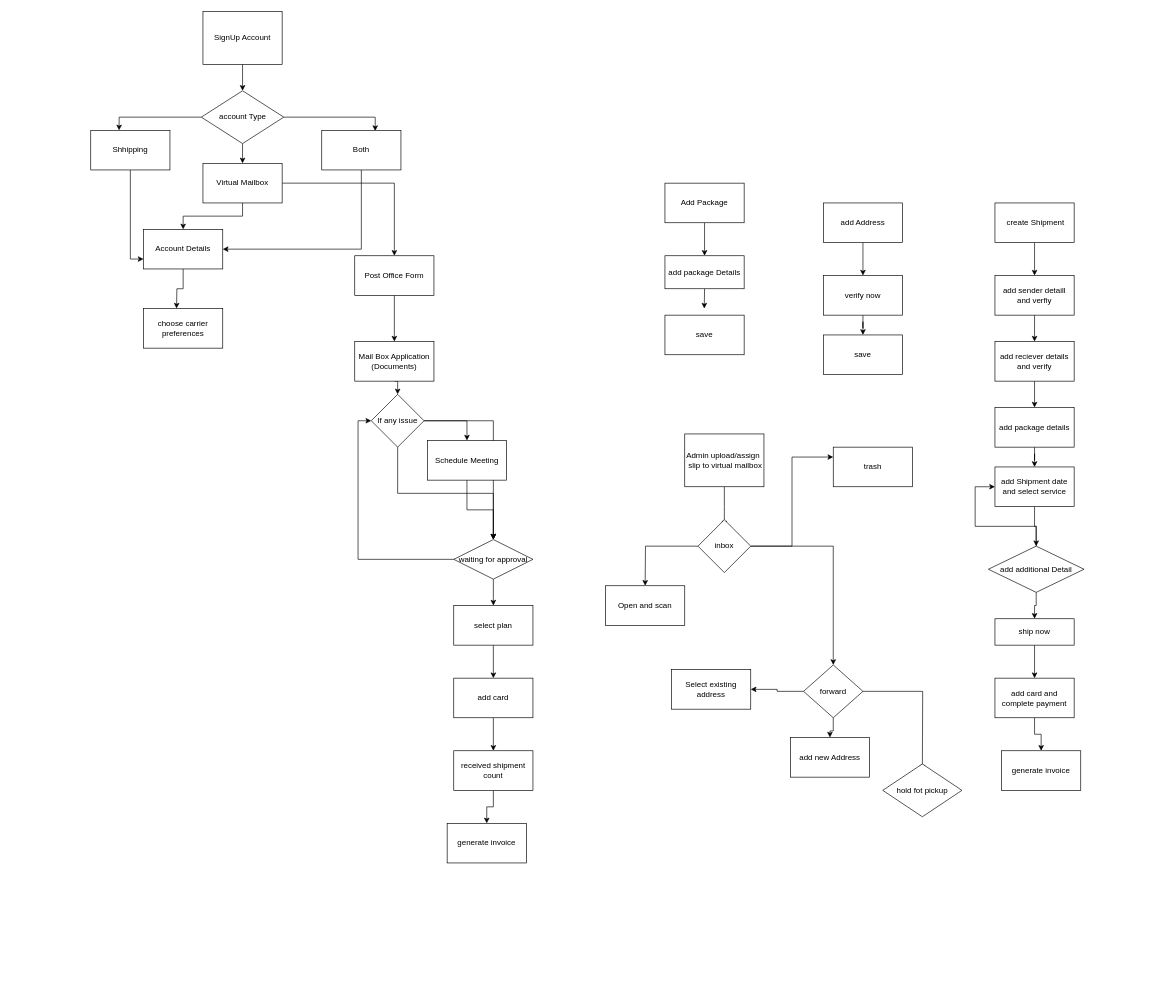
This is public/ship District.drawio from sharmag44/card-form, a draw.io file, before an edit. Source tidied: cells renumbered, new cells numbered last; positions are measured from the earlier drawing's top-left corner, leaving out a move shared by most shapes. Both pictures are drawn from the tidied source at 66%, with x=0, y=0 at pixel (90, 11).
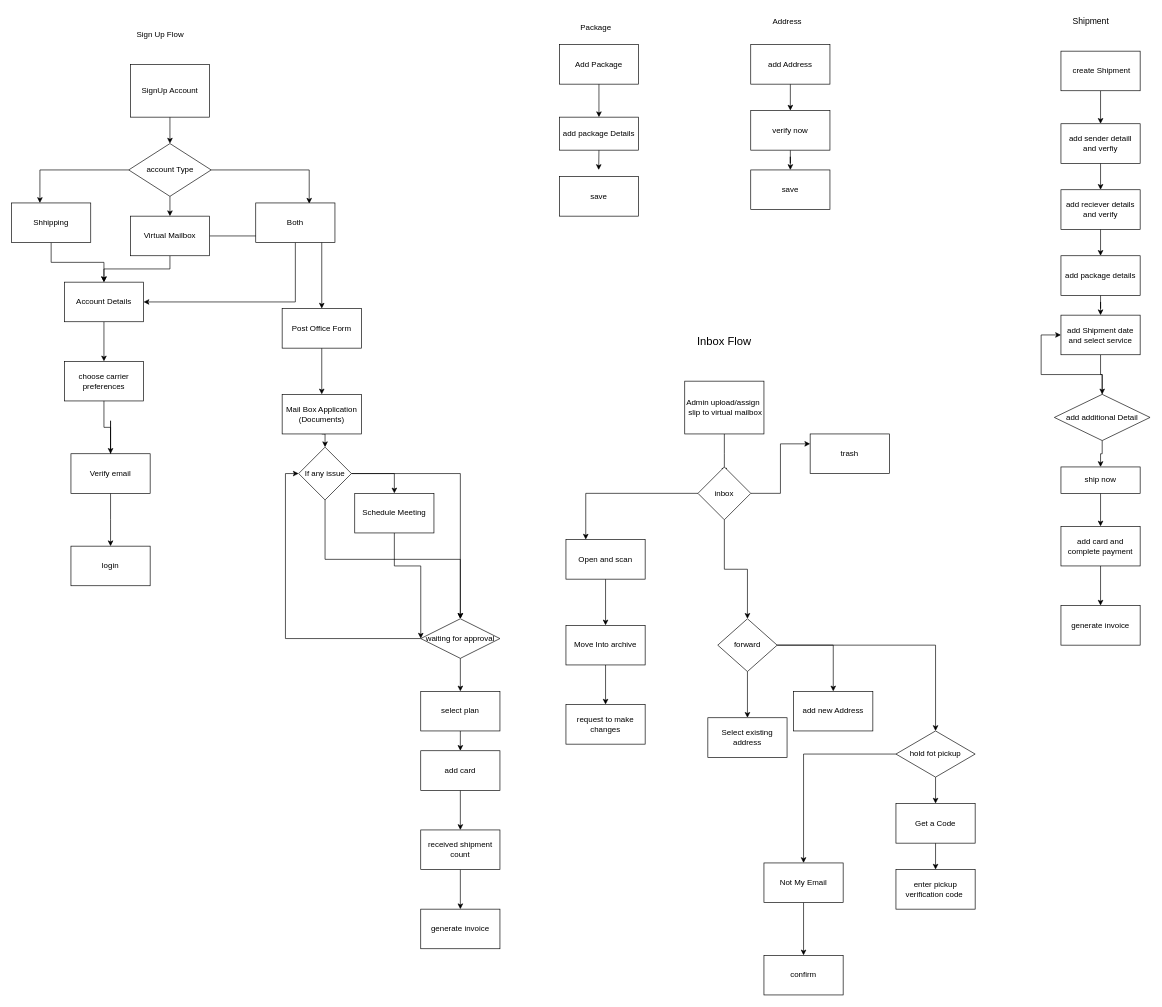
After the change.

Change to the diagram source:
```diff
@@
     <mxCell id="3" value="SignUp Account" style="rounded=0;whiteSpace=wrap;html=1;" parent="1" vertex="1">
-      <mxGeometry x="170" width="120" height="80" as="geometry" />
+      <mxGeometry x="60" y="80" width="120" height="80" as="geometry" />
     </mxCell>
@@
     <mxCell id="7" value="account Type&lt;br&gt;" style="rhombus;whiteSpace=wrap;html=1;" parent="1" vertex="1">
-      <mxGeometry x="167.5" y="120" width="125" height="80" as="geometry" />
+      <mxGeometry x="57.5" y="200" width="125" height="80" as="geometry" />
     </mxCell>
-    <mxCell id="8" style="edgeStyle=orthogonalEdgeStyle;rounded=0;jettySize=auto;html=1;entryX=0;entryY=0.75;entryDx=0;entryDy=0;" parent="1" edge="1" source="9" target="16">
+    <mxCell id="8" style="edgeStyle=orthogonalEdgeStyle;rounded=0;jettySize=auto;html=1;" parent="1" edge="1" source="9" target="16">
       <mxGeometry relative="1" as="geometry" />
     </mxCell>
     <mxCell id="9" value="Shhipping" style="rounded=0;whiteSpace=wrap;html=1;" parent="1" vertex="1">
-      <mxGeometry y="180" width="120" height="60" as="geometry" />
+      <mxGeometry x="-120" y="290" width="120" height="60" as="geometry" />
     </mxCell>
@@
     <mxCell id="12" value="Virtual Mailbox" style="rounded=0;whiteSpace=wrap;html=1;" parent="1" vertex="1">
-      <mxGeometry x="170" y="230" width="120" height="60" as="geometry" />
+      <mxGeometry x="60" y="310" width="120" height="60" as="geometry" />
     </mxCell>
@@
     <mxCell id="14" value="Both" style="rounded=0;whiteSpace=wrap;html=1;" parent="1" vertex="1">
-      <mxGeometry x="350" y="180" width="120" height="60" as="geometry" />
+      <mxGeometry x="250" y="290" width="120" height="60" as="geometry" />
     </mxCell>
     <mxCell id="15" style="edgeStyle=orthogonalEdgeStyle;rounded=0;jettySize=auto;html=1;exitX=0.5;exitY=1;exitDx=0;exitDy=0;" parent="1" edge="1" source="16">
       <mxGeometry relative="1" as="geometry">
-        <mxPoint x="130" y="450" as="targetPoint" />
+        <mxPoint x="20" y="530" as="targetPoint" />
+        <Array as="points">
+          <mxPoint x="20" y="470" />
+        </Array>
       </mxGeometry>
     </mxCell>
     <mxCell id="16" value="Account Details" style="rounded=0;whiteSpace=wrap;html=1;" parent="1" vertex="1">
-      <mxGeometry x="80" y="330" width="120" height="60" as="geometry" />
+      <mxGeometry x="-40" y="410" width="120" height="60" as="geometry" />
     </mxCell>
@@
     <mxCell id="18" value="Post Office Form" style="rounded=0;whiteSpace=wrap;html=1;" parent="1" vertex="1">
-      <mxGeometry x="400" y="370" width="120" height="60" as="geometry" />
+      <mxGeometry x="290" y="450" width="120" height="60" as="geometry" />
     </mxCell>
@@
     <mxCell id="20" value="Mail Box Application&lt;br&gt;(Documents)" style="rounded=0;whiteSpace=wrap;html=1;" parent="1" vertex="1">
-      <mxGeometry x="400" y="500" width="120" height="60" as="geometry" />
+      <mxGeometry x="290" y="580" width="120" height="60" as="geometry" />
     </mxCell>
@@
     <mxCell id="24" value="If any issue" style="rhombus;whiteSpace=wrap;html=1;" parent="1" vertex="1">
-      <mxGeometry x="425" y="580" width="80" height="80" as="geometry" />
+      <mxGeometry x="315" y="660" width="80" height="80" as="geometry" />
     </mxCell>
     <mxCell id="25" style="edgeStyle=orthogonalEdgeStyle;rounded=0;jettySize=auto;html=1;exitX=0.5;exitY=1;exitDx=0;exitDy=0;" parent="1" edge="1" source="26" target="29">
-      <mxGeometry relative="1" as="geometry" />
+      <mxGeometry relative="1" as="geometry">
+        <Array as="points">
+          <mxPoint x="460" y="840" />
+          <mxPoint x="500" y="840" />
+        </Array>
+      </mxGeometry>
     </mxCell>
     <mxCell id="26" value="Schedule Meeting" style="rounded=0;whiteSpace=wrap;html=1;" parent="1" vertex="1">
-      <mxGeometry x="510" y="650" width="120" height="60" as="geometry" />
+      <mxGeometry x="400" y="730" width="120" height="60" as="geometry" />
     </mxCell>
@@
     <mxCell id="29" value="waiting for approval" style="rhombus;whiteSpace=wrap;html=1;" parent="1" vertex="1">
-      <mxGeometry x="550" y="800" width="120" height="60" as="geometry" />
+      <mxGeometry x="500" y="920" width="120" height="60" as="geometry" />
     </mxCell>
@@
     <mxCell id="31" value="select plan" style="rounded=0;whiteSpace=wrap;html=1;" parent="1" vertex="1">
-      <mxGeometry x="550" y="900" width="120" height="60" as="geometry" />
+      <mxGeometry x="500" y="1030" width="120" height="60" as="geometry" />
     </mxCell>
@@
     <mxCell id="33" value="add card" style="rounded=0;whiteSpace=wrap;html=1;" parent="1" vertex="1">
-      <mxGeometry x="550" y="1010" width="120" height="60" as="geometry" />
+      <mxGeometry x="500" y="1120" width="120" height="60" as="geometry" />
     </mxCell>
@@
     <mxCell id="35" value="received shipment count" style="rounded=0;whiteSpace=wrap;html=1;" parent="1" vertex="1">
-      <mxGeometry x="550" y="1120" width="120" height="60" as="geometry" />
+      <mxGeometry x="500" y="1240" width="120" height="60" as="geometry" />
     </mxCell>
-    <mxCell id="36" style="edgeStyle=orthogonalEdgeStyle;rounded=0;jettySize=auto;html=1;exitX=0.5;exitY=1;exitDx=0;exitDy=0;entryX=0.5;entryY=0;entryDx=0;entryDy=0;" parent="1" edge="1" source="37" target="39">
+    <mxCell id="36" style="edgeStyle=orthogonalEdgeStyle;rounded=0;jettySize=auto;html=1;entryX=0.5;entryY=0;entryDx=0;entryDy=0;" parent="1" edge="1" source="37" target="39">
       <mxGeometry relative="1" as="geometry" />
     </mxCell>
     <mxCell id="37" value="&amp;nbsp;create Shipment&lt;br&gt;" style="rounded=0;whiteSpace=wrap;html=1;" parent="1" vertex="1">
-      <mxGeometry x="1370" y="290" width="120" height="60" as="geometry" />
+      <mxGeometry x="1470" y="60" width="120" height="60" as="geometry" />
     </mxCell>
@@
     <mxCell id="39" value="add sender detaill and verfiy" style="rounded=0;whiteSpace=wrap;html=1;" parent="1" vertex="1">
-      <mxGeometry x="1370" y="400" width="120" height="60" as="geometry" />
+      <mxGeometry x="1470" y="170" width="120" height="60" as="geometry" />
     </mxCell>
@@
     <mxCell id="41" value="add reciever details and verify" style="rounded=0;whiteSpace=wrap;html=1;" parent="1" vertex="1">
-      <mxGeometry x="1370" y="500" width="120" height="60" as="geometry" />
+      <mxGeometry x="1470" y="270" width="120" height="60" as="geometry" />
     </mxCell>
@@
     <mxCell id="43" value="add package details" style="rounded=0;whiteSpace=wrap;html=1;" parent="1" vertex="1">
-      <mxGeometry x="1370" y="600" width="120" height="60" as="geometry" />
+      <mxGeometry x="1470" y="370" width="120" height="60" as="geometry" />
     </mxCell>
@@
     <mxCell id="45" value="add Shipment date and select service" style="rounded=0;whiteSpace=wrap;html=1;" parent="1" vertex="1">
-      <mxGeometry x="1370" y="690" width="120" height="60" as="geometry" />
+      <mxGeometry x="1470" y="460" width="120" height="60" as="geometry" />
     </mxCell>
@@
     <mxCell id="48" value="add additional Detail" style="rhombus;whiteSpace=wrap;html=1;" parent="1" vertex="1">
-      <mxGeometry x="1360" y="810" width="145" height="70" as="geometry" />
+      <mxGeometry x="1460" y="580" width="145" height="70" as="geometry" />
     </mxCell>
@@
     <mxCell id="50" value="ship now&lt;br&gt;" style="rounded=0;whiteSpace=wrap;html=1;" parent="1" vertex="1">
-      <mxGeometry x="1370" y="920" width="120" height="40" as="geometry" />
+      <mxGeometry x="1470" y="690" width="120" height="40" as="geometry" />
     </mxCell>
@@
     <mxCell id="52" value="add card and complete payment&lt;br&gt;" style="rounded=0;whiteSpace=wrap;html=1;" parent="1" vertex="1">
-      <mxGeometry x="1370" y="1010" width="120" height="60" as="geometry" />
+      <mxGeometry x="1470" y="780" width="120" height="60" as="geometry" />
     </mxCell>
     <mxCell id="53" value="generate invoice" style="rounded=0;whiteSpace=wrap;html=1;" parent="1" vertex="1">
-      <mxGeometry x="1380" y="1120" width="120" height="60" as="geometry" />
+      <mxGeometry x="1470" y="900" width="120" height="60" as="geometry" />
     </mxCell>
     <mxCell id="54" value="generate invoice" style="rounded=0;whiteSpace=wrap;html=1;" parent="1" vertex="1">
-      <mxGeometry x="540" y="1230" width="120" height="60" as="geometry" />
+      <mxGeometry x="500" y="1360" width="120" height="60" as="geometry" />
     </mxCell>
@@
     <mxCell id="56" value="add Address" style="rounded=0;whiteSpace=wrap;html=1;" parent="1" vertex="1">
-      <mxGeometry x="1110" y="290" width="120" height="60" as="geometry" />
+      <mxGeometry x="1000" y="50" width="120" height="60" as="geometry" />
     </mxCell>
@@
     <mxCell id="58" value="verify now" style="rounded=0;whiteSpace=wrap;html=1;" parent="1" vertex="1">
-      <mxGeometry x="1110" y="400" width="120" height="60" as="geometry" />
+      <mxGeometry x="1000" y="150" width="120" height="60" as="geometry" />
     </mxCell>
@@
     <mxCell id="60" value="Add Package" style="whiteSpace=wrap;html=1;" parent="1" vertex="1">
-      <mxGeometry x="870" y="260" width="120" height="60" as="geometry" />
+      <mxGeometry x="710" y="50" width="120" height="60" as="geometry" />
     </mxCell>
     <mxCell id="61" style="edgeStyle=orthogonalEdgeStyle;rounded=0;jettySize=auto;html=1;exitX=0.5;exitY=1;exitDx=0;exitDy=0;" parent="1" edge="1" source="62">
       <mxGeometry relative="1" as="geometry">
-        <mxPoint x="929.6" y="450" as="targetPoint" />
+        <mxPoint x="769.6" y="240" as="targetPoint" />
       </mxGeometry>
     </mxCell>
     <mxCell id="62" value="add package Details" style="whiteSpace=wrap;html=1;" parent="1" vertex="1">
-      <mxGeometry x="870" y="370" width="120" height="50" as="geometry" />
+      <mxGeometry x="710" y="160" width="120" height="50" as="geometry" />
     </mxCell>
     <mxCell id="63" style="edgeStyle=orthogonalEdgeStyle;rounded=0;jettySize=auto;html=1;entryX=0.5;entryY=0;entryDx=0;entryDy=0;" parent="1" edge="1" source="64">
       <mxGeometry relative="1" as="geometry">
-        <mxPoint x="960" y="780" as="targetPoint" />
+        <mxPoint x="960" y="700" as="targetPoint" />
       </mxGeometry>
     </mxCell>
     <mxCell id="64" value="Admin upload/assign&amp;nbsp;&lt;br&gt;&amp;nbsp;slip to virtual mailbox" style="whiteSpace=wrap;html=1;" parent="1" vertex="1">
-      <mxGeometry x="900" y="640" width="120" height="80" as="geometry" />
+      <mxGeometry x="900" y="560" width="120" height="80" as="geometry" />
     </mxCell>
@@
-    <mxCell id="66" style="edgeStyle=orthogonalEdgeStyle;rounded=0;jettySize=auto;html=1;" parent="1" edge="1" source="68">
-      <mxGeometry relative="1" as="geometry">
-        <mxPoint x="840" y="870" as="targetPoint" />
-      </mxGeometry>
-    </mxCell>
@@
+    <mxCell id="81" style="edgeStyle=orthogonalEdgeStyle;rounded=0;jettySize=auto;html=1;entryX=0.25;entryY=0;entryDx=0;entryDy=0;" parent="1" edge="1" source="68" target="72">
+      <mxGeometry relative="1" as="geometry" />
+    </mxCell>
     <mxCell id="68" value="inbox" style="rhombus;whiteSpace=wrap;html=1;" parent="1" vertex="1">
-      <mxGeometry x="920" y="770" width="80" height="80" as="geometry" />
+      <mxGeometry x="920" y="690" width="80" height="80" as="geometry" />
     </mxCell>
     <mxCell id="69" value="save&lt;br&gt;" style="whiteSpace=wrap;html=1;" parent="1" vertex="1">
-      <mxGeometry x="870" y="460" width="120" height="60" as="geometry" />
+      <mxGeometry x="710" y="250" width="120" height="60" as="geometry" />
     </mxCell>
     <mxCell id="70" value="save&lt;br&gt;" style="whiteSpace=wrap;html=1;" parent="1" vertex="1">
-      <mxGeometry x="1110" y="490" width="120" height="60" as="geometry" />
+      <mxGeometry x="1000" y="240" width="120" height="60" as="geometry" />
     </mxCell>
+    <mxCell id="82" style="edgeStyle=orthogonalEdgeStyle;rounded=0;jettySize=auto;html=1;startArrow=none;" parent="1" edge="1" source="102">
+      <mxGeometry x="-0.56" y="10" relative="1" as="geometry">
+        <mxPoint x="30" y="670" as="targetPoint" />
+        <Array as="points">
+          <mxPoint x="30" y="620" />
+          <mxPoint x="30" y="620" />
+        </Array>
+      </mxGeometry>
+    </mxCell>
     <mxCell id="71" value="choose carrier preferences" style="rounded=0;whiteSpace=wrap;html=1;" parent="1" vertex="1">
-      <mxGeometry x="80" y="450" width="120" height="60" as="geometry" />
+      <mxGeometry x="-40" y="530" width="120" height="60" as="geometry" />
     </mxCell>
+    <mxCell id="83" style="edgeStyle=orthogonalEdgeStyle;rounded=0;jettySize=auto;html=1;exitX=0.5;exitY=1;exitDx=0;exitDy=0;" parent="1" edge="1" source="72" target="88">
+      <mxGeometry relative="1" as="geometry" />
+    </mxCell>
     <mxCell id="72" value="Open and scan" style="rounded=0;whiteSpace=wrap;html=1;" parent="1" vertex="1">
-      <mxGeometry x="780" y="870" width="120" height="60" as="geometry" />
+      <mxGeometry x="720" y="800" width="120" height="60" as="geometry" />
     </mxCell>
     <mxCell id="73" value="trash&lt;br&gt;" style="whiteSpace=wrap;html=1;" parent="1" vertex="1">
-      <mxGeometry x="1125" y="660" width="120" height="60" as="geometry" />
+      <mxGeometry x="1090" y="640" width="120" height="60" as="geometry" />
     </mxCell>
@@
-    <mxCell id="75" style="edgeStyle=orthogonalEdgeStyle;rounded=0;jettySize=auto;html=1;exitX=1;exitY=0.5;exitDx=0;exitDy=0;entryX=0.5;entryY=0;entryDx=0;entryDy=0;" parent="1" edge="1" source="77">
-      <mxGeometry relative="1" as="geometry">
-        <mxPoint x="1260" y="1150" as="targetPoint" />
-      </mxGeometry>
+    <mxCell id="75" style="edgeStyle=orthogonalEdgeStyle;rounded=0;jettySize=auto;html=1;exitX=1;exitY=0.5;exitDx=0;exitDy=0;entryX=0.5;entryY=0;entryDx=0;entryDy=0;" parent="1" edge="1" source="77" target="80">
+      <mxGeometry relative="1" as="geometry" />
     </mxCell>
@@
     <mxCell id="77" value="forward&lt;br&gt;" style="rhombus;whiteSpace=wrap;html=1;" parent="1" vertex="1">
-      <mxGeometry x="1080" y="990" width="90" height="80" as="geometry" />
+      <mxGeometry x="950" y="920" width="90" height="80" as="geometry" />
     </mxCell>
     <mxCell id="78" value="Select existing address" style="rounded=0;whiteSpace=wrap;html=1;" parent="1" vertex="1">
-      <mxGeometry x="880" y="997" width="120" height="60" as="geometry" />
+      <mxGeometry x="935" y="1070" width="120" height="60" as="geometry" />
     </mxCell>
     <mxCell id="79" value="add new Address" style="rounded=0;whiteSpace=wrap;html=1;" parent="1" vertex="1">
-      <mxGeometry x="1060" y="1100" width="120" height="60" as="geometry" />
+      <mxGeometry x="1065" y="1030" width="120" height="60" as="geometry" />
     </mxCell>
+    <mxCell id="84" style="edgeStyle=orthogonalEdgeStyle;rounded=0;jettySize=auto;html=1;entryX=0.5;entryY=0;entryDx=0;entryDy=0;startArrow=none;" parent="1" edge="1" source="91" target="90">
+      <mxGeometry relative="1" as="geometry" />
+    </mxCell>
+    <mxCell id="85" style="edgeStyle=orthogonalEdgeStyle;rounded=0;jettySize=auto;html=1;exitX=0.5;exitY=1;exitDx=0;exitDy=0;entryX=0.5;entryY=0;entryDx=0;entryDy=0;" parent="1" edge="1" source="80" target="91">
+      <mxGeometry relative="1" as="geometry" />
+    </mxCell>
+    <mxCell id="86" style="edgeStyle=orthogonalEdgeStyle;rounded=0;jettySize=auto;html=1;entryX=0.5;entryY=0;entryDx=0;entryDy=0;" parent="1" edge="1" source="80" target="93">
+      <mxGeometry relative="1" as="geometry" />
+    </mxCell>
     <mxCell id="80" value="hold fot pickup" style="rhombus;whiteSpace=wrap;html=1;" parent="1" vertex="1">
-      <mxGeometry x="1200" y="1140" width="120" height="80" as="geometry" />
+      <mxGeometry x="1220" y="1090" width="120" height="70" as="geometry" />
     </mxCell>
+    <mxCell id="87" style="edgeStyle=orthogonalEdgeStyle;rounded=0;jettySize=auto;html=1;exitX=0.5;exitY=1;exitDx=0;exitDy=0;" parent="1" edge="1" source="88" target="89">
+      <mxGeometry relative="1" as="geometry" />
+    </mxCell>
+    <mxCell id="88" value="Move Into archive" style="rounded=0;whiteSpace=wrap;html=1;" parent="1" vertex="1">
+      <mxGeometry x="720" y="930" width="120" height="60" as="geometry" />
+    </mxCell>
+    <mxCell id="89" value="request to make changes&lt;br&gt;" style="rounded=0;whiteSpace=wrap;html=1;" parent="1" vertex="1">
+      <mxGeometry x="720" y="1050" width="120" height="60" as="geometry" />
+    </mxCell>
+    <mxCell id="90" value="enter pickup verification code&amp;nbsp;" style="rounded=0;whiteSpace=wrap;html=1;" parent="1" vertex="1">
+      <mxGeometry x="1220" y="1300" width="120" height="60" as="geometry" />
+    </mxCell>
+    <mxCell id="91" value="Get a Code" style="rounded=0;whiteSpace=wrap;html=1;" parent="1" vertex="1">
+      <mxGeometry x="1220" y="1200" width="120" height="60" as="geometry" />
+    </mxCell>
+    <mxCell id="92" style="edgeStyle=orthogonalEdgeStyle;rounded=0;jettySize=auto;html=1;" parent="1" edge="1" source="93" target="94">
+      <mxGeometry relative="1" as="geometry" />
+    </mxCell>
+    <mxCell id="93" value="Not My Email" style="rounded=0;whiteSpace=wrap;html=1;" parent="1" vertex="1">
+      <mxGeometry x="1020" y="1290" width="120" height="60" as="geometry" />
+    </mxCell>
+    <mxCell id="94" value="confirm" style="rounded=0;whiteSpace=wrap;html=1;" parent="1" vertex="1">
+      <mxGeometry x="1020" y="1430" width="120" height="60" as="geometry" />
+    </mxCell>
+    <mxCell id="95" value="Sign Up Flow" style="text;html=1;align=center;verticalAlign=middle;strokeColor=none;fillColor=none;" parent="1" vertex="1">
+      <mxGeometry x="60" y="20" width="90" height="30" as="geometry" />
+    </mxCell>
+    <mxCell id="96" value="Package" style="text;html=1;align=center;verticalAlign=middle;strokeColor=none;fillColor=none;" parent="1" vertex="1">
+      <mxGeometry x="730" y="10" width="70" height="30" as="geometry" />
+    </mxCell>
+    <mxCell id="97" value="Address" style="text;html=1;align=center;verticalAlign=middle;strokeColor=none;fillColor=none;" parent="1" vertex="1">
+      <mxGeometry x="1020" width="70" height="30" as="geometry" />
+    </mxCell>
+    <mxCell id="98" value="&lt;font style=&quot;font-size: 13px;&quot;&gt;Shipment&lt;/font&gt;" style="text;html=1;align=center;verticalAlign=middle;strokeColor=none;fillColor=none;" parent="1" vertex="1">
+      <mxGeometry x="1475" width="80" height="30" as="geometry" />
+    </mxCell>
+    <mxCell id="99" value="&lt;font style=&quot;font-size: 17px;&quot;&gt;Inbox Flow&lt;/font&gt;" style="text;html=1;strokeColor=none;fillColor=none;align=center;verticalAlign=middle;whiteSpace=wrap;rounded=0;" parent="1" vertex="1">
+      <mxGeometry x="880" y="480" width="160" height="40" as="geometry" />
+    </mxCell>
+    <mxCell id="100" style="edgeStyle=orthogonalEdgeStyle;rounded=0;jettySize=auto;html=1;" parent="1" edge="1" source="102">
+      <mxGeometry relative="1" as="geometry">
+        <mxPoint x="30" y="810" as="targetPoint" />
+      </mxGeometry>
+    </mxCell>
+    <mxCell id="101" value="login" style="rounded=0;whiteSpace=wrap;html=1;" parent="1" vertex="1">
+      <mxGeometry x="-30" y="810" width="120" height="60" as="geometry" />
+    </mxCell>
+    <mxCell id="102" value="Verify email" style="rounded=0;whiteSpace=wrap;html=1;" parent="1" vertex="1">
+      <mxGeometry x="-30" y="670" width="120" height="60" as="geometry" />
+    </mxCell>
+    <mxCell id="103" style="edgeStyle=orthogonalEdgeStyle;rounded=0;jettySize=auto;html=1;endArrow=none;" parent="1" edge="1" source="71" target="102">
+      <mxGeometry x="0.43" relative="1" as="geometry" />
+    </mxCell>
```
